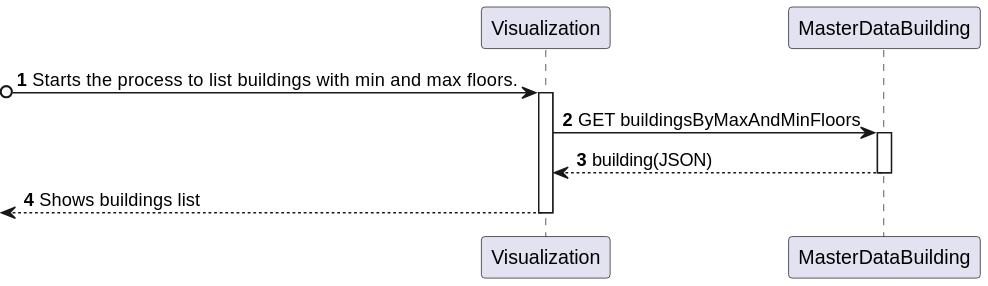
Pedro-Pereira1/sem5pi_23_24_g056_Visualization keeps this PlantUML diagram as Visualization/docs/US_1120/Diagrams/Level2/ProcessView.svg. Above is the earlier version. The source it was exported from:
```plantuml
@startuml
autonumber

participant Visualization
participant "MasterDataBuilding" as GI

?o-> Visualization: Starts the process to  list buildings with min and max floors.
activate Visualization


Visualization -> GI: GET buildingsByMaxAndMinFloors
activate GI
GI --> Visualization: building(JSON)
deactivate GI

<-- Visualization: Shows buildings list
deactivate Visualization
@enduml
```
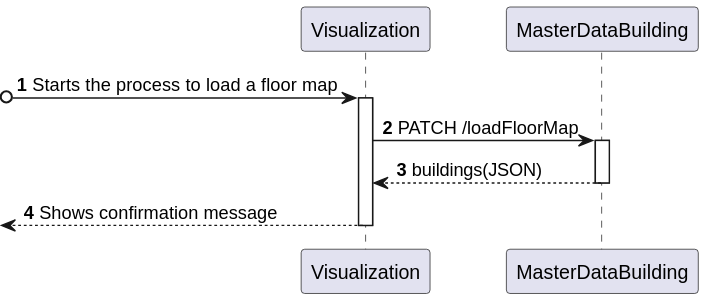
The same diagram one commit later.

Change to the diagram source:
```diff
@@ -1,18 +1,20 @@
 @startuml
+
 autonumber
 
 participant Visualization
 participant "MasterDataBuilding" as GI
 
-?o-> Visualization: Starts the process to  list buildings with min and max floors.
+?o-> Visualization: Starts the process to load a floor map
 activate Visualization
 
-
-Visualization -> GI: GET buildingsByMaxAndMinFloors
+Visualization -> GI: PATCH /loadFloorMap
 activate GI
-GI --> Visualization: building(JSON)
+GI --> Visualization: buildings(JSON)
 deactivate GI
 
-<-- Visualization: Shows buildings list
+<-- Visualization: Shows confirmation message
 deactivate Visualization
+
+
 @enduml
```
